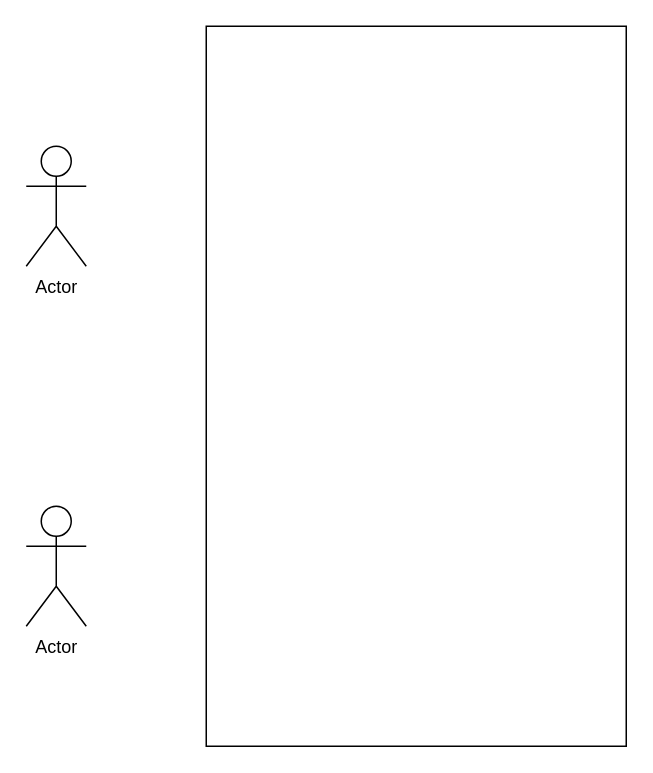
Above: uc.drawio in Jayrou12345/Flowchart (draw.io), before the change. Source tidied: cells renumbered, new cells numbered last; positions are measured from the earlier drawing's top-left corner, leaving out a move shared by most shapes. Both pictures are drawn from the tidied source at 150%, with x=0, y=0 at pixel (26, 26).
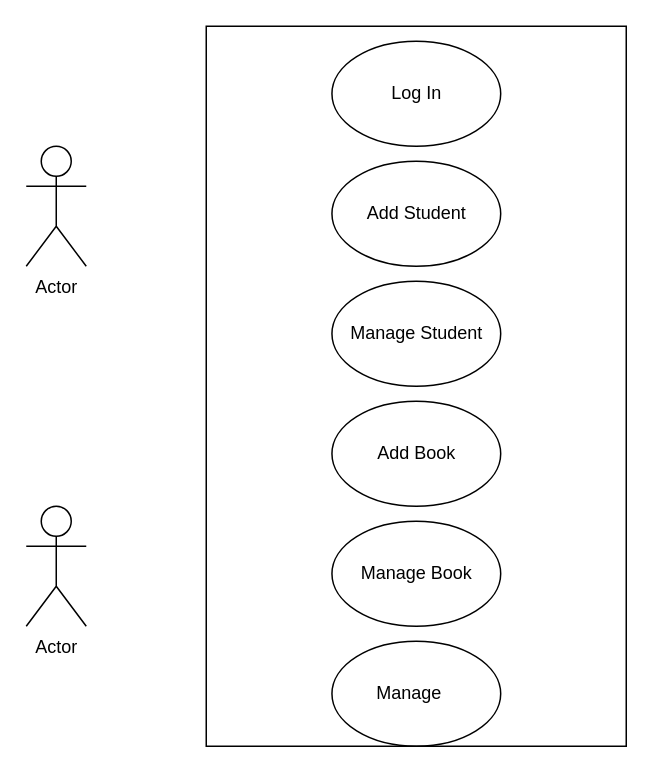
The same diagram, later.

The edit, as a diff of the source:
```diff
@@
 <mxGraphModel>
   <root>
     <mxCell id="0" />
     <mxCell id="1" parent="0" />
     <mxCell id="2" value="Actor" style="shape=umlActor;verticalLabelPosition=bottom;verticalAlign=top;html=1;" parent="1" vertex="1">
       <mxGeometry y="80" width="40" height="80" as="geometry" />
     </mxCell>
     <mxCell id="3" value="Actor" style="shape=umlActor;verticalLabelPosition=bottom;verticalAlign=top;html=1;" parent="1" vertex="1">
       <mxGeometry y="320" width="40" height="80" as="geometry" />
     </mxCell>
     <mxCell id="4" style="rounded=0;whiteSpace=wrap;html=1;fillColor=none;" parent="1" vertex="1">
       <mxGeometry x="120" width="280" height="480" as="geometry" />
     </mxCell>
+    <mxCell id="5" value="Log In" style="ellipse;whiteSpace=wrap;html=1;fillColor=none;" parent="1" vertex="1">
+      <mxGeometry x="203.8" y="10" width="112.5" height="70" as="geometry" />
+    </mxCell>
+    <mxCell id="6" value="Add Student" style="ellipse;whiteSpace=wrap;html=1;fillColor=none;" parent="1" vertex="1">
+      <mxGeometry x="203.8" y="90" width="112.5" height="70" as="geometry" />
+    </mxCell>
+    <mxCell id="7" value="Manage Student" style="ellipse;whiteSpace=wrap;html=1;fillColor=none;" parent="1" vertex="1">
+      <mxGeometry x="203.8" y="170" width="112.5" height="70" as="geometry" />
+    </mxCell>
+    <mxCell id="8" value="Add Book" style="ellipse;whiteSpace=wrap;html=1;fillColor=none;" parent="1" vertex="1">
+      <mxGeometry x="203.8" y="250" width="112.5" height="70" as="geometry" />
+    </mxCell>
+    <mxCell id="9" value="Manage Book" style="ellipse;whiteSpace=wrap;html=1;fillColor=none;" parent="1" vertex="1">
+      <mxGeometry x="203.8" y="330" width="112.5" height="70" as="geometry" />
+    </mxCell>
+    <mxCell id="10" value="Manage&lt;span style=&quot;white-space: pre;&quot;&gt;&#9;&lt;/span&gt;" style="ellipse;whiteSpace=wrap;html=1;fillColor=none;" parent="1" vertex="1">
+      <mxGeometry x="203.8" y="410" width="112.5" height="70" as="geometry" />
+    </mxCell>
   </root>
 </mxGraphModel>
```
